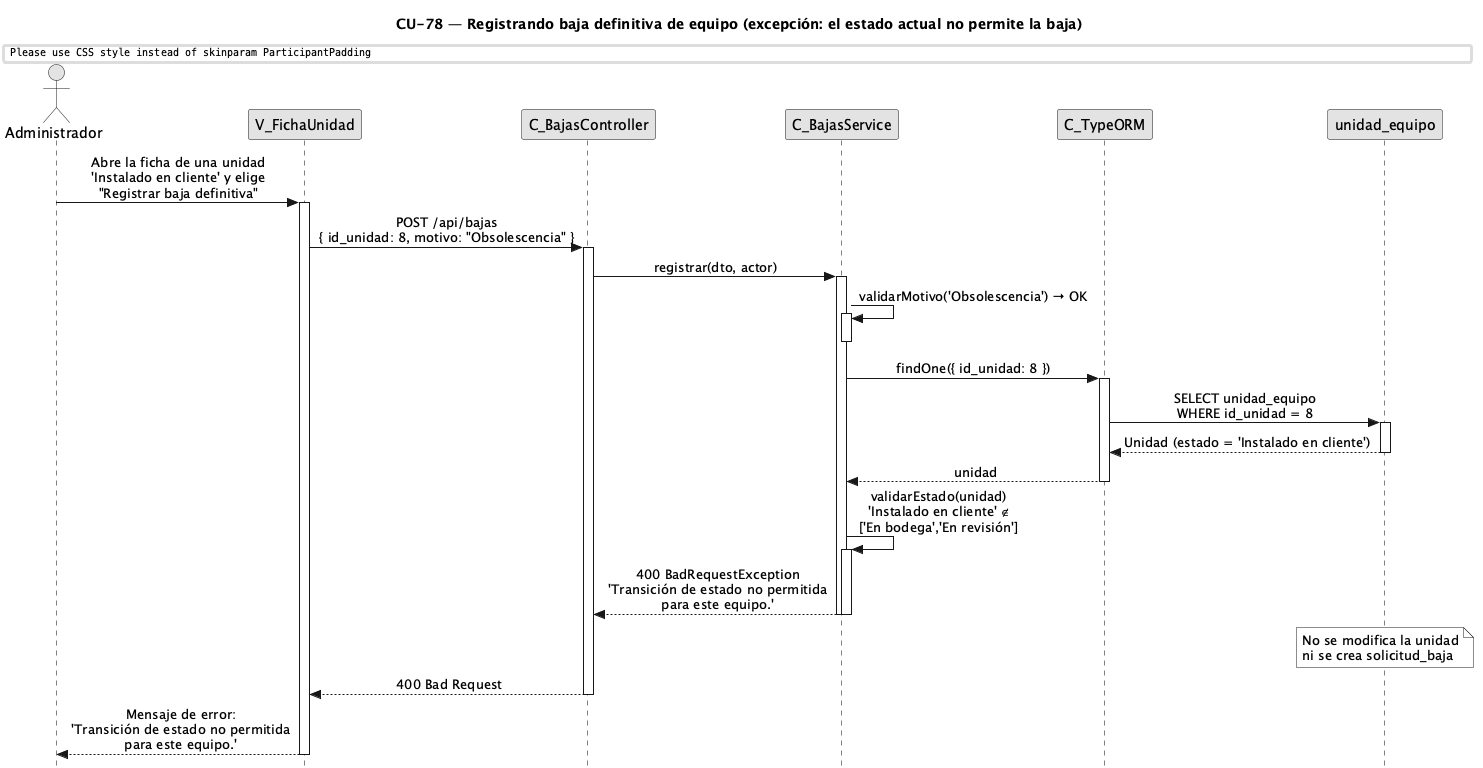
Above: diagramas/diagramas-secuencia/CU78/CU78-exc-transicion-no-permitida.png in FSM-Finet-y-Cable-Magico/Team_1-Inventario-y-Bodega (PlantUML), before the change.
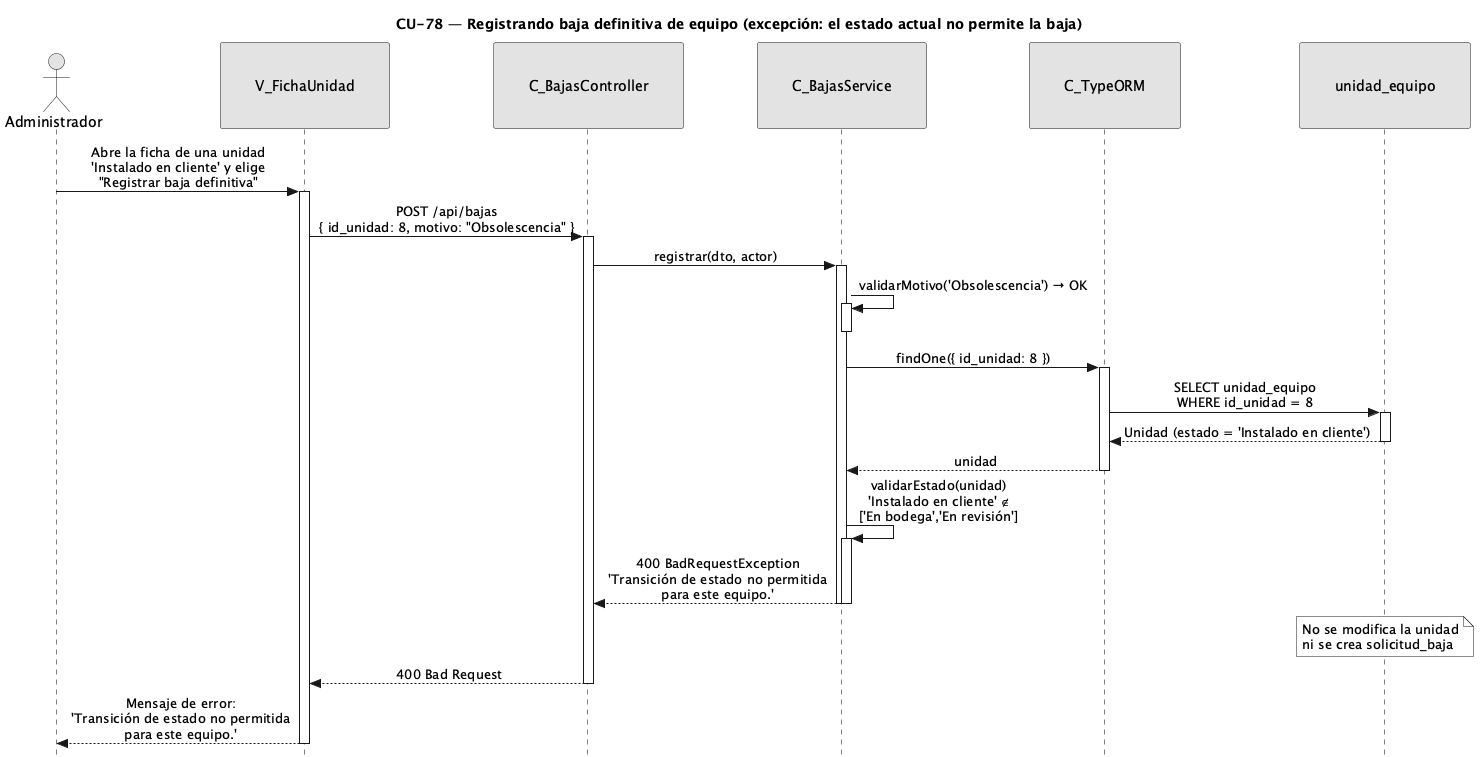
The same diagram one commit later.

Change to the diagram source:
```diff
@@ -5,8 +5,16 @@
 skinparam monochrome true
 skinparam shadowing false
 skinparam sequenceMessageAlign center
-skinparam ParticipantPadding 35
-skinparam ActorPadding 15
+<style>
+sequenceDiagram {
+  participant {
+    padding 35
+  }
+  actor {
+    padding 15
+  }
+}
+</style>
 skinparam sequence {
   MessageAlign center
   LifeLineBorderColor black
```
